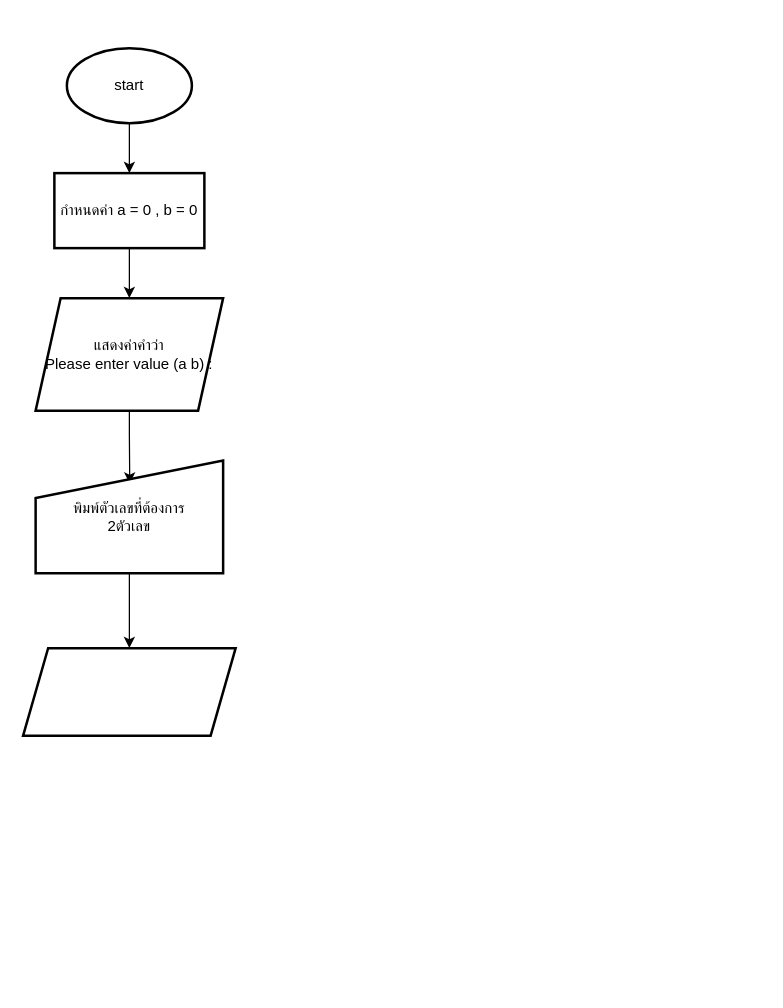
The draw.io diagram HW/HW04/HW04-2/HW04-2.drawio in khowtung/ENGCE117, before the edit. Source tidied: cells renumbered, new cells numbered last; positions are measured from the earlier drawing's top-left corner, leaving out a move shared by most shapes. Both pictures are drawn from the tidied source at 125%, with x=0, y=0 at pixel (22, 48).
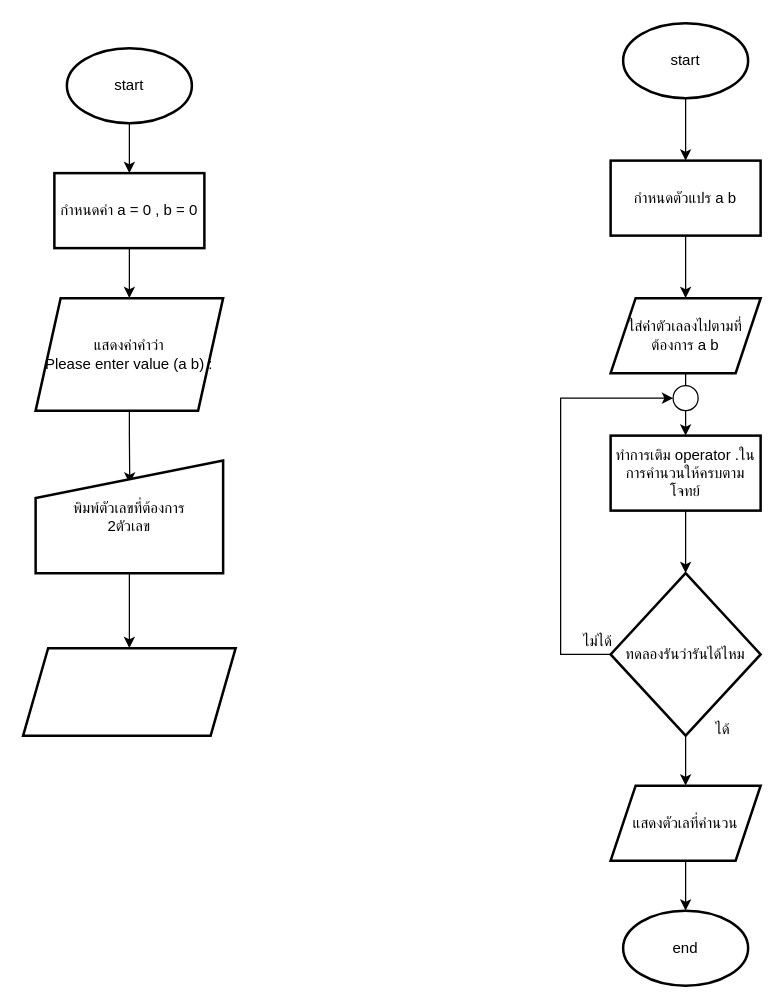
After the change.

Diff of the diagram source:
```diff
@@
+    <mxCell id="11" style="edgeStyle=orthogonalEdgeStyle;rounded=0;jettySize=auto;html=1;" parent="1" edge="1" source="12" target="14">
+      <mxGeometry relative="1" as="geometry" />
+    </mxCell>
+    <mxCell id="12" value="start" style="strokeWidth=2;html=1;shape=mxgraph.flowchart.start_1;whiteSpace=wrap;" parent="1" vertex="1">
+      <mxGeometry x="480" y="-20" width="100" height="60" as="geometry" />
+    </mxCell>
+    <mxCell id="13" style="edgeStyle=orthogonalEdgeStyle;rounded=0;jettySize=auto;html=1;" parent="1" edge="1" source="14" target="18">
+      <mxGeometry relative="1" as="geometry" />
+    </mxCell>
+    <mxCell id="14" value="กำหนดตัวแปร a b" style="whiteSpace=wrap;html=1;strokeWidth=2;" parent="1" vertex="1">
+      <mxGeometry x="470" y="90" width="120" height="60" as="geometry" />
+    </mxCell>
+    <mxCell id="15" style="edgeStyle=orthogonalEdgeStyle;rounded=0;jettySize=auto;html=1;" parent="1" edge="1" source="16" target="21">
+      <mxGeometry relative="1" as="geometry" />
+    </mxCell>
+    <mxCell id="16" value="ทำการเติม operator .ในการคำนวนให้ครบตามโจทย์" style="whiteSpace=wrap;html=1;strokeWidth=2;" parent="1" vertex="1">
+      <mxGeometry x="470" y="310" width="120" height="60" as="geometry" />
+    </mxCell>
+    <mxCell id="17" style="edgeStyle=orthogonalEdgeStyle;rounded=0;jettySize=auto;html=1;" parent="1" edge="1" source="18" target="16">
+      <mxGeometry relative="1" as="geometry" />
+    </mxCell>
+    <mxCell id="18" value="ใส่ค่่าตัวเลลงไปตามที่ต้องการ a b" style="shape=parallelogram;perimeter=parallelogramPerimeter;whiteSpace=wrap;html=1;fixedSize=1;strokeWidth=2;" parent="1" vertex="1">
+      <mxGeometry x="470" y="200" width="120" height="60" as="geometry" />
+    </mxCell>
+    <mxCell id="19" style="edgeStyle=orthogonalEdgeStyle;rounded=0;jettySize=auto;html=1;entryX=0;entryY=0.5;entryDx=0;entryDy=0;entryPerimeter=0;exitX=0;exitY=0.5;exitDx=0;exitDy=0;" parent="1" edge="1" source="21" target="22">
+      <mxGeometry relative="1" as="geometry">
+        <Array as="points">
+          <mxPoint x="430" y="485" />
+          <mxPoint x="430" y="280" />
+        </Array>
+      </mxGeometry>
+    </mxCell>
+    <mxCell id="20" style="edgeStyle=orthogonalEdgeStyle;rounded=0;jettySize=auto;html=1;" parent="1" edge="1" source="21" target="26">
+      <mxGeometry relative="1" as="geometry" />
+    </mxCell>
+    <mxCell id="21" value="ทดลองรันว่ารันได้ไหม" style="rhombus;whiteSpace=wrap;html=1;strokeWidth=2;" parent="1" vertex="1">
+      <mxGeometry x="470" y="420" width="120" height="130" as="geometry" />
+    </mxCell>
+    <mxCell id="22" style="verticalLabelPosition=bottom;verticalAlign=top;html=1;shape=mxgraph.flowchart.on-page_reference;" parent="1" vertex="1">
+      <mxGeometry x="520" y="270" width="20" height="20" as="geometry" />
+    </mxCell>
+    <mxCell id="23" value="ไม่ได้" style="text;html=1;align=center;verticalAlign=middle;whiteSpace=wrap;rounded=0;" parent="1" vertex="1">
+      <mxGeometry x="430" y="460" width="60" height="30" as="geometry" />
+    </mxCell>
+    <mxCell id="24" value="ได้" style="text;html=1;align=center;verticalAlign=middle;whiteSpace=wrap;rounded=0;" parent="1" vertex="1">
+      <mxGeometry x="530" y="530" width="60" height="30" as="geometry" />
+    </mxCell>
+    <mxCell id="25" style="edgeStyle=orthogonalEdgeStyle;rounded=0;jettySize=auto;html=1;" parent="1" edge="1" source="26" target="27">
+      <mxGeometry relative="1" as="geometry" />
+    </mxCell>
+    <mxCell id="26" value="แสดงตัวเลที่คำนวน" style="shape=parallelogram;perimeter=parallelogramPerimeter;whiteSpace=wrap;html=1;fixedSize=1;strokeWidth=2;" parent="1" vertex="1">
+      <mxGeometry x="470" y="590" width="120" height="60" as="geometry" />
+    </mxCell>
+    <mxCell id="27" value="end" style="strokeWidth=2;html=1;shape=mxgraph.flowchart.start_1;whiteSpace=wrap;" parent="1" vertex="1">
+      <mxGeometry x="480" y="690" width="100" height="60" as="geometry" />
+    </mxCell>
```
